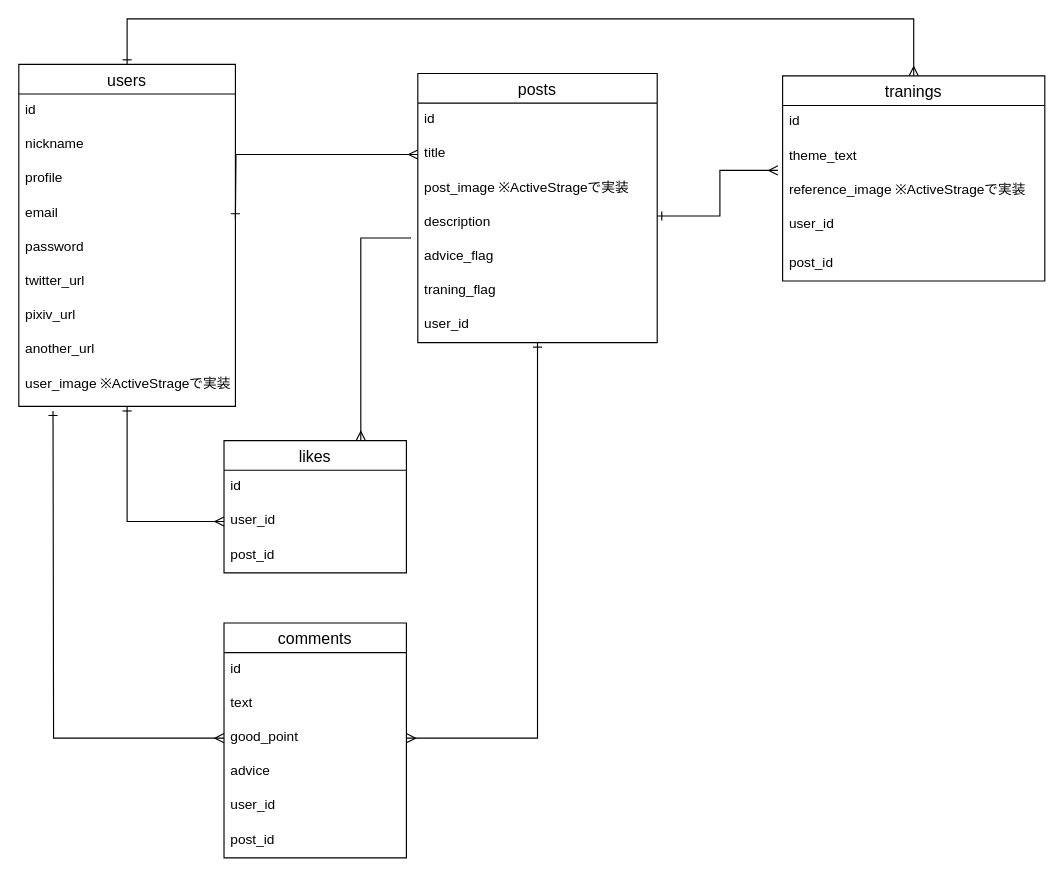
rakuiti00/illust_restart keeps this draw.io diagram as illust_restart-er.dio. Above is the earlier version. Source tidied: cells renumbered, new cells numbered last; positions are measured from the earlier drawing's top-left corner, leaving out a move shared by most shapes. Both pictures are drawn from the tidied source at 114%, with x=0, y=0 at pixel (18, 18).
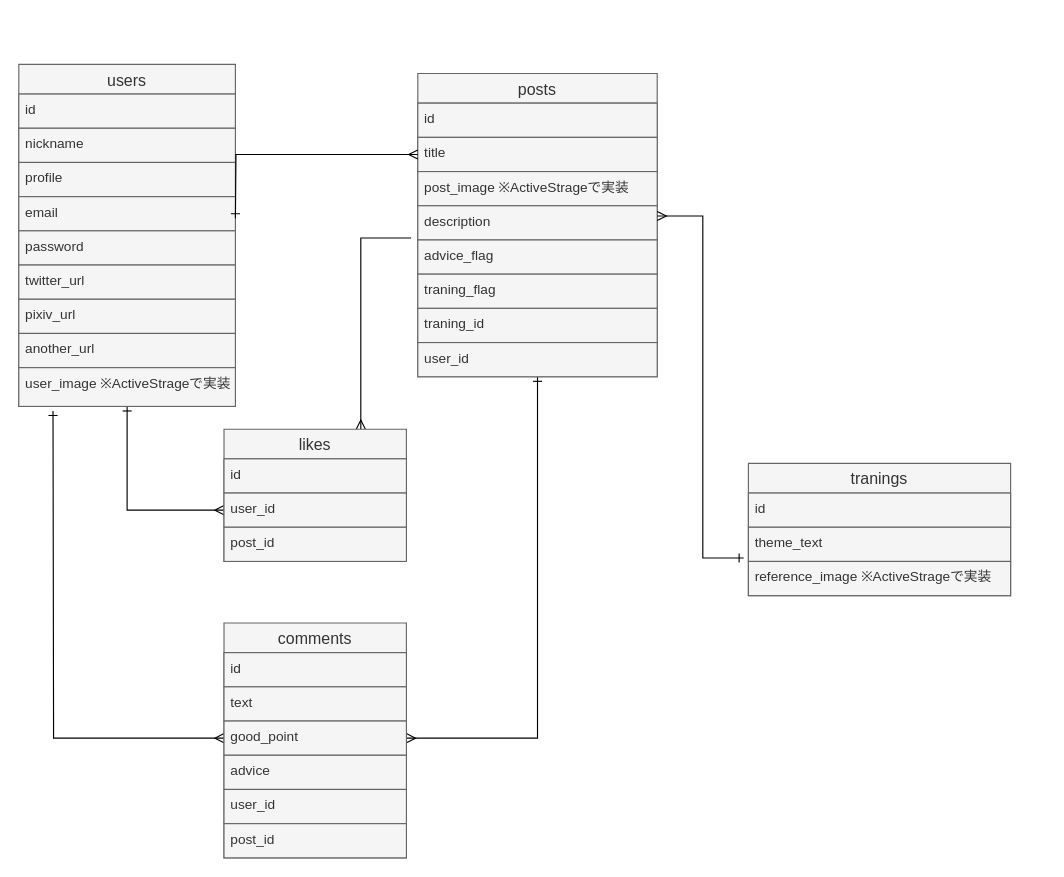
After the change.

Change to the diagram source:
```diff
@@
-    <mxCell id="4" style="edgeStyle=orthogonalEdgeStyle;rounded=0;jettySize=auto;html=1;exitX=0.5;exitY=0;exitDx=0;exitDy=0;startArrow=ERone;startFill=0;endArrow=ERmany;endFill=0;entryX=0.5;entryY=0;entryDx=0;entryDy=0;" parent="1" edge="1" source="5" target="36">
-      <mxGeometry relative="1" as="geometry">
-        <Array as="points">
-          <mxPoint x="95" />
-          <mxPoint x="785" />
-        </Array>
-      </mxGeometry>
-    </mxCell>
-    <mxCell id="5" value="users" style="swimlane;fontStyle=0;horizontal=1;startSize=26;align=center;fontSize=14;" parent="1" vertex="1">
+    <mxCell id="5" value="users" style="swimlane;fontStyle=0;horizontal=1;startSize=26;align=center;fontSize=14;fillColor=#f5f5f5;strokeColor=#666666;fontColor=#333333;" parent="1" vertex="1">
       <mxGeometry y="40" width="190" height="300" as="geometry" />
     </mxCell>
-    <mxCell id="6" value="id" style="text;strokeColor=none;fillColor=none;spacingLeft=4;spacingRight=4;overflow=hidden;fontSize=12;" parent="5" vertex="1">
+    <mxCell id="6" value="id" style="text;strokeColor=#666666;fillColor=#f5f5f5;spacingLeft=4;spacingRight=4;overflow=hidden;fontSize=12;fontColor=#333333;" parent="5" vertex="1">
       <mxGeometry y="26" width="190" height="30" as="geometry" />
     </mxCell>
-    <mxCell id="7" value="nickname" style="text;strokeColor=none;fillColor=none;spacingLeft=4;spacingRight=4;overflow=hidden;fontSize=12;" parent="5" vertex="1">
+    <mxCell id="7" value="nickname" style="text;strokeColor=#666666;fillColor=#f5f5f5;spacingLeft=4;spacingRight=4;overflow=hidden;fontSize=12;fontColor=#333333;" parent="5" vertex="1">
       <mxGeometry y="56" width="190" height="30" as="geometry" />
     </mxCell>
-    <mxCell id="8" value="profile&#10;&#10;" style="text;strokeColor=none;fillColor=none;spacingLeft=4;spacingRight=4;overflow=hidden;fontSize=12;" parent="5" vertex="1">
+    <mxCell id="8" value="profile&#10;&#10;" style="text;strokeColor=#666666;fillColor=#f5f5f5;spacingLeft=4;spacingRight=4;overflow=hidden;fontSize=12;fontColor=#333333;" parent="5" vertex="1">
       <mxGeometry y="86" width="190" height="30" as="geometry" />
     </mxCell>
-    <mxCell id="9" value="email" style="text;strokeColor=none;fillColor=none;spacingLeft=4;spacingRight=4;overflow=hidden;fontSize=12;" parent="5" vertex="1">
+    <mxCell id="9" value="email" style="text;strokeColor=#666666;fillColor=#f5f5f5;spacingLeft=4;spacingRight=4;overflow=hidden;fontSize=12;fontColor=#333333;" parent="5" vertex="1">
       <mxGeometry y="116" width="190" height="30" as="geometry" />
     </mxCell>
-    <mxCell id="10" value="password" style="text;strokeColor=none;fillColor=none;spacingLeft=4;spacingRight=4;overflow=hidden;fontSize=12;" parent="5" vertex="1">
+    <mxCell id="10" value="password" style="text;strokeColor=#666666;fillColor=#f5f5f5;spacingLeft=4;spacingRight=4;overflow=hidden;fontSize=12;fontColor=#333333;" parent="5" vertex="1">
       <mxGeometry y="146" width="190" height="30" as="geometry" />
     </mxCell>
-    <mxCell id="11" value="twitter_url&#10;&#10;" style="text;strokeColor=none;fillColor=none;spacingLeft=4;spacingRight=4;overflow=hidden;fontSize=12;" parent="5" vertex="1">
+    <mxCell id="11" value="twitter_url&#10;&#10;" style="text;strokeColor=#666666;fillColor=#f5f5f5;spacingLeft=4;spacingRight=4;overflow=hidden;fontSize=12;fontColor=#333333;" parent="5" vertex="1">
       <mxGeometry y="176" width="190" height="30" as="geometry" />
     </mxCell>
-    <mxCell id="12" value="pixiv_url&#10;&#10;" style="text;strokeColor=none;fillColor=none;spacingLeft=4;spacingRight=4;overflow=hidden;fontSize=12;" parent="5" vertex="1">
+    <mxCell id="12" value="pixiv_url&#10;&#10;" style="text;strokeColor=#666666;fillColor=#f5f5f5;spacingLeft=4;spacingRight=4;overflow=hidden;fontSize=12;fontColor=#333333;" parent="5" vertex="1">
       <mxGeometry y="206" width="190" height="30" as="geometry" />
     </mxCell>
-    <mxCell id="13" value="another_url" style="text;strokeColor=none;fillColor=none;spacingLeft=4;spacingRight=4;overflow=hidden;fontSize=12;" parent="5" vertex="1">
+    <mxCell id="13" value="another_url" style="text;strokeColor=#666666;fillColor=#f5f5f5;spacingLeft=4;spacingRight=4;overflow=hidden;fontSize=12;fontColor=#333333;" parent="5" vertex="1">
       <mxGeometry y="236" width="190" height="30" as="geometry" />
     </mxCell>
-    <mxCell id="14" value="user_image ※ActiveStrageで実装" style="text;strokeColor=none;fillColor=none;spacingLeft=4;spacingRight=4;overflow=hidden;fontSize=12;" parent="5" vertex="1">
+    <mxCell id="14" value="user_image ※ActiveStrageで実装" style="text;strokeColor=#666666;fillColor=#f5f5f5;spacingLeft=4;spacingRight=4;overflow=hidden;fontSize=12;fontColor=#333333;" parent="5" vertex="1">
       <mxGeometry y="266" width="190" height="34" as="geometry" />
     </mxCell>
@@
-    <mxCell id="17" value="posts" style="swimlane;fontStyle=0;horizontal=1;startSize=26;align=center;fontSize=14;" parent="1" vertex="1">
-      <mxGeometry x="350" y="48" width="210" height="236" as="geometry" />
+    <mxCell id="17" value="posts" style="swimlane;fontStyle=0;horizontal=1;startSize=26;align=center;fontSize=14;fillColor=#f5f5f5;strokeColor=#666666;fontColor=#333333;" parent="1" vertex="1">
+      <mxGeometry x="350" y="48" width="210" height="266" as="geometry" />
     </mxCell>
-    <mxCell id="18" value="id" style="text;strokeColor=none;fillColor=none;spacingLeft=4;spacingRight=4;overflow=hidden;fontSize=12;" parent="17" vertex="1">
+    <mxCell id="18" value="id" style="text;strokeColor=#666666;fillColor=#f5f5f5;spacingLeft=4;spacingRight=4;overflow=hidden;fontSize=12;fontColor=#333333;" parent="17" vertex="1">
       <mxGeometry y="26" width="210" height="30" as="geometry" />
     </mxCell>
-    <mxCell id="19" value="title" style="text;strokeColor=none;fillColor=none;spacingLeft=4;spacingRight=4;overflow=hidden;points=[[0,0.5],[1,0.5]];portConstraint=eastwest;fontSize=12;" parent="17" vertex="1">
+    <mxCell id="19" value="title" style="text;strokeColor=#666666;fillColor=#f5f5f5;spacingLeft=4;spacingRight=4;overflow=hidden;points=[[0,0.5],[1,0.5]];portConstraint=eastwest;fontSize=12;fontColor=#333333;" parent="17" vertex="1">
       <mxGeometry y="56" width="210" height="30" as="geometry" />
     </mxCell>
-    <mxCell id="20" value="post_image ※ActiveStrageで実装" style="text;strokeColor=none;fillColor=none;spacingLeft=4;spacingRight=4;overflow=hidden;fontSize=12;" parent="17" vertex="1">
+    <mxCell id="20" value="post_image ※ActiveStrageで実装" style="text;strokeColor=#666666;fillColor=#f5f5f5;spacingLeft=4;spacingRight=4;overflow=hidden;fontSize=12;fontColor=#333333;" parent="17" vertex="1">
       <mxGeometry y="86" width="210" height="30" as="geometry" />
     </mxCell>
-    <mxCell id="21" value="description" style="text;strokeColor=none;fillColor=none;spacingLeft=4;spacingRight=4;overflow=hidden;points=[[0,0.5],[1,0.5]];portConstraint=eastwest;fontSize=12;" parent="17" vertex="1">
+    <mxCell id="21" value="description" style="text;strokeColor=#666666;fillColor=#f5f5f5;spacingLeft=4;spacingRight=4;overflow=hidden;points=[[0,0.5],[1,0.5]];portConstraint=eastwest;fontSize=12;fontColor=#333333;" parent="17" vertex="1">
       <mxGeometry y="116" width="210" height="30" as="geometry" />
     </mxCell>
-    <mxCell id="22" value="advice_flag" style="text;strokeColor=none;fillColor=none;spacingLeft=4;spacingRight=4;overflow=hidden;points=[[0,0.5],[1,0.5]];portConstraint=eastwest;fontSize=12;" parent="17" vertex="1">
+    <mxCell id="22" value="advice_flag" style="text;strokeColor=#666666;fillColor=#f5f5f5;spacingLeft=4;spacingRight=4;overflow=hidden;points=[[0,0.5],[1,0.5]];portConstraint=eastwest;fontSize=12;fontColor=#333333;" parent="17" vertex="1">
       <mxGeometry y="146" width="210" height="30" as="geometry" />
     </mxCell>
-    <mxCell id="23" value="traning_flag" style="text;strokeColor=none;fillColor=none;spacingLeft=4;spacingRight=4;overflow=hidden;fontSize=12;" parent="17" vertex="1">
+    <mxCell id="23" value="traning_flag" style="text;strokeColor=#666666;fillColor=#f5f5f5;spacingLeft=4;spacingRight=4;overflow=hidden;fontSize=12;fontColor=#333333;" parent="17" vertex="1">
       <mxGeometry y="176" width="210" height="30" as="geometry" />
     </mxCell>
-    <mxCell id="24" value="user_id" style="text;strokeColor=none;fillColor=none;spacingLeft=4;spacingRight=4;overflow=hidden;fontSize=12;" parent="17" vertex="1">
+    <mxCell id="24" value="traning_id" style="text;strokeColor=#666666;fillColor=#f5f5f5;spacingLeft=4;spacingRight=4;overflow=hidden;fontSize=12;fontColor=#333333;" parent="17" vertex="1">
       <mxGeometry y="206" width="210" height="30" as="geometry" />
     </mxCell>
+    <mxCell id="40" value="user_id" style="text;strokeColor=#666666;fillColor=#f5f5f5;spacingLeft=4;spacingRight=4;overflow=hidden;fontSize=12;fontColor=#333333;" parent="17" vertex="1">
+      <mxGeometry y="236" width="210" height="30" as="geometry" />
+    </mxCell>
-    <mxCell id="25" value="likes" style="swimlane;fontStyle=0;horizontal=1;startSize=26;align=center;fontSize=14;" parent="1" vertex="1">
-      <mxGeometry x="180" y="370" width="160" height="116" as="geometry" />
+    <mxCell id="25" value="likes" style="swimlane;fontStyle=0;horizontal=1;startSize=26;align=center;fontSize=14;fillColor=#f5f5f5;strokeColor=#666666;fontColor=#333333;" parent="1" vertex="1">
+      <mxGeometry x="180" y="360" width="160" height="116" as="geometry" />
     </mxCell>
-    <mxCell id="26" value="id" style="text;strokeColor=none;fillColor=none;spacingLeft=4;spacingRight=4;overflow=hidden;fontSize=12;" parent="25" vertex="1">
+    <mxCell id="26" value="id" style="text;strokeColor=#666666;fillColor=#f5f5f5;spacingLeft=4;spacingRight=4;overflow=hidden;fontSize=12;fontColor=#333333;" parent="25" vertex="1">
       <mxGeometry y="26" width="160" height="30" as="geometry" />
     </mxCell>
-    <mxCell id="27" value="user_id" style="text;strokeColor=none;fillColor=none;spacingLeft=4;spacingRight=4;overflow=hidden;points=[[0,0.5],[1,0.5]];portConstraint=eastwest;fontSize=12;" parent="25" vertex="1">
+    <mxCell id="27" value="user_id" style="text;strokeColor=#666666;fillColor=#f5f5f5;spacingLeft=4;spacingRight=4;overflow=hidden;points=[[0,0.5],[1,0.5]];portConstraint=eastwest;fontSize=12;fontColor=#333333;" parent="25" vertex="1">
       <mxGeometry y="56" width="160" height="30" as="geometry" />
     </mxCell>
-    <mxCell id="28" value="post_id" style="text;strokeColor=none;fillColor=none;spacingLeft=4;spacingRight=4;overflow=hidden;fontSize=12;" parent="25" vertex="1">
-      <mxGeometry y="86" width="160" height="30" as="geometry" />
-    </mxCell>
+    <mxCell id="44" value="post_id" style="text;strokeColor=#666666;fillColor=#f5f5f5;spacingLeft=4;spacingRight=4;overflow=hidden;fontSize=12;fontColor=#333333;" parent="25" vertex="1">
+      <mxGeometry y="86" width="160" height="30" as="geometry" />
+    </mxCell>
-    <mxCell id="29" value="comments" style="swimlane;fontStyle=0;horizontal=1;startSize=26;align=center;fontSize=14;" parent="1" vertex="1">
+    <mxCell id="29" value="comments" style="swimlane;fontStyle=0;horizontal=1;startSize=26;align=center;fontSize=14;fillColor=#f5f5f5;strokeColor=#666666;fontColor=#333333;" parent="1" vertex="1">
       <mxGeometry x="180" y="530" width="160" height="206" as="geometry" />
     </mxCell>
-    <mxCell id="30" value="id" style="text;strokeColor=none;fillColor=none;spacingLeft=4;spacingRight=4;overflow=hidden;fontSize=12;" parent="29" vertex="1">
+    <mxCell id="30" value="id" style="text;strokeColor=#666666;fillColor=#f5f5f5;spacingLeft=4;spacingRight=4;overflow=hidden;fontSize=12;fontColor=#333333;" parent="29" vertex="1">
       <mxGeometry y="26" width="160" height="30" as="geometry" />
     </mxCell>
-    <mxCell id="31" value="text" style="text;strokeColor=none;fillColor=none;spacingLeft=4;spacingRight=4;overflow=hidden;fontSize=12;" parent="29" vertex="1">
+    <mxCell id="31" value="text" style="text;strokeColor=#666666;fillColor=#f5f5f5;spacingLeft=4;spacingRight=4;overflow=hidden;fontSize=12;fontColor=#333333;" parent="29" vertex="1">
       <mxGeometry y="56" width="160" height="30" as="geometry" />
     </mxCell>
-    <mxCell id="32" value="good_point" style="text;strokeColor=none;fillColor=none;spacingLeft=4;spacingRight=4;overflow=hidden;points=[[0,0.5],[1,0.5]];portConstraint=eastwest;fontSize=12;" parent="29" vertex="1">
+    <mxCell id="32" value="good_point" style="text;strokeColor=#666666;fillColor=#f5f5f5;spacingLeft=4;spacingRight=4;overflow=hidden;points=[[0,0.5],[1,0.5]];portConstraint=eastwest;fontSize=12;fontColor=#333333;" parent="29" vertex="1">
       <mxGeometry y="86" width="160" height="30" as="geometry" />
     </mxCell>
-    <mxCell id="33" value="advice" style="text;strokeColor=none;fillColor=none;spacingLeft=4;spacingRight=4;overflow=hidden;fontSize=12;" parent="29" vertex="1">
+    <mxCell id="33" value="advice" style="text;strokeColor=#666666;fillColor=#f5f5f5;spacingLeft=4;spacingRight=4;overflow=hidden;fontSize=12;fontColor=#333333;" parent="29" vertex="1">
       <mxGeometry y="116" width="160" height="30" as="geometry" />
     </mxCell>
-    <mxCell id="34" value="user_id" style="text;strokeColor=none;fillColor=none;spacingLeft=4;spacingRight=4;overflow=hidden;fontSize=12;" parent="29" vertex="1">
+    <mxCell id="34" value="user_id" style="text;strokeColor=#666666;fillColor=#f5f5f5;spacingLeft=4;spacingRight=4;overflow=hidden;fontSize=12;fontColor=#333333;" parent="29" vertex="1">
       <mxGeometry y="146" width="160" height="30" as="geometry" />
     </mxCell>
-    <mxCell id="35" value="post_id" style="text;strokeColor=none;fillColor=none;spacingLeft=4;spacingRight=4;overflow=hidden;fontSize=12;" parent="29" vertex="1">
+    <mxCell id="35" value="post_id" style="text;strokeColor=#666666;fillColor=#f5f5f5;spacingLeft=4;spacingRight=4;overflow=hidden;fontSize=12;fontColor=#333333;" parent="29" vertex="1">
       <mxGeometry y="176" width="160" height="30" as="geometry" />
     </mxCell>
-    <mxCell id="36" value="tranings" style="swimlane;fontStyle=0;horizontal=1;startSize=26;align=center;fontSize=14;" parent="1" vertex="1">
-      <mxGeometry x="670" y="50" width="230" height="180" as="geometry" />
+    <mxCell id="36" value="tranings" style="swimlane;fontStyle=0;horizontal=1;startSize=26;align=center;fontSize=14;fillColor=#f5f5f5;strokeColor=#666666;fontColor=#333333;" parent="1" vertex="1">
+      <mxGeometry x="640" y="390" width="230" height="116" as="geometry" />
     </mxCell>
-    <mxCell id="37" value="id" style="text;strokeColor=none;fillColor=none;spacingLeft=4;spacingRight=4;overflow=hidden;fontSize=12;" parent="36" vertex="1">
+    <mxCell id="37" value="id" style="text;strokeColor=#666666;fillColor=#f5f5f5;spacingLeft=4;spacingRight=4;overflow=hidden;fontSize=12;fontColor=#333333;" parent="36" vertex="1">
       <mxGeometry y="26" width="230" height="30" as="geometry" />
     </mxCell>
-    <mxCell id="38" value="theme_text" style="text;strokeColor=none;fillColor=none;spacingLeft=4;spacingRight=4;overflow=hidden;points=[[0,0.5],[1,0.5]];portConstraint=eastwest;fontSize=12;" parent="36" vertex="1">
+    <mxCell id="38" value="theme_text" style="text;strokeColor=#666666;fillColor=#f5f5f5;spacingLeft=4;spacingRight=4;overflow=hidden;points=[[0,0.5],[1,0.5]];portConstraint=eastwest;fontSize=12;fontColor=#333333;" parent="36" vertex="1">
       <mxGeometry y="56" width="230" height="30" as="geometry" />
     </mxCell>
-    <mxCell id="39" value="reference_image ※ActiveStrageで実装" style="text;strokeColor=none;fillColor=none;spacingLeft=4;spacingRight=4;overflow=hidden;fontSize=12;" parent="36" vertex="1">
+    <mxCell id="39" value="reference_image ※ActiveStrageで実装" style="text;strokeColor=#666666;fillColor=#f5f5f5;spacingLeft=4;spacingRight=4;overflow=hidden;fontSize=12;fontColor=#333333;" parent="36" vertex="1">
       <mxGeometry y="86" width="230" height="30" as="geometry" />
     </mxCell>
-    <mxCell id="40" value="user_id" style="text;strokeColor=none;fillColor=none;spacingLeft=4;spacingRight=4;overflow=hidden;fontSize=12;" parent="36" vertex="1">
-      <mxGeometry y="116" width="230" height="34" as="geometry" />
-    </mxCell>
-    <mxCell id="41" value="post_id" style="text;strokeColor=none;fillColor=none;spacingLeft=4;spacingRight=4;overflow=hidden;fontSize=12;" parent="36" vertex="1">
-      <mxGeometry y="150" width="230" height="30" as="geometry" />
-    </mxCell>
@@
-    <mxCell id="43" style="edgeStyle=orthogonalEdgeStyle;rounded=0;jettySize=auto;html=1;startArrow=ERone;startFill=0;endArrow=ERmany;endFill=0;entryX=-0.018;entryY=0.899;entryDx=0;entryDy=0;entryPerimeter=0;exitX=1;exitY=0.299;exitDx=0;exitDy=0;exitPerimeter=0;" parent="1" edge="1" source="21" target="38">
+    <mxCell id="43" style="edgeStyle=orthogonalEdgeStyle;rounded=0;jettySize=auto;html=1;startArrow=ERmany;startFill=0;endArrow=ERone;endFill=0;entryX=-0.018;entryY=0.899;entryDx=0;entryDy=0;entryPerimeter=0;exitX=1;exitY=0.299;exitDx=0;exitDy=0;exitPerimeter=0;" parent="1" edge="1" source="21" target="38">
       <mxGeometry relative="1" as="geometry" />
     </mxCell>
```
